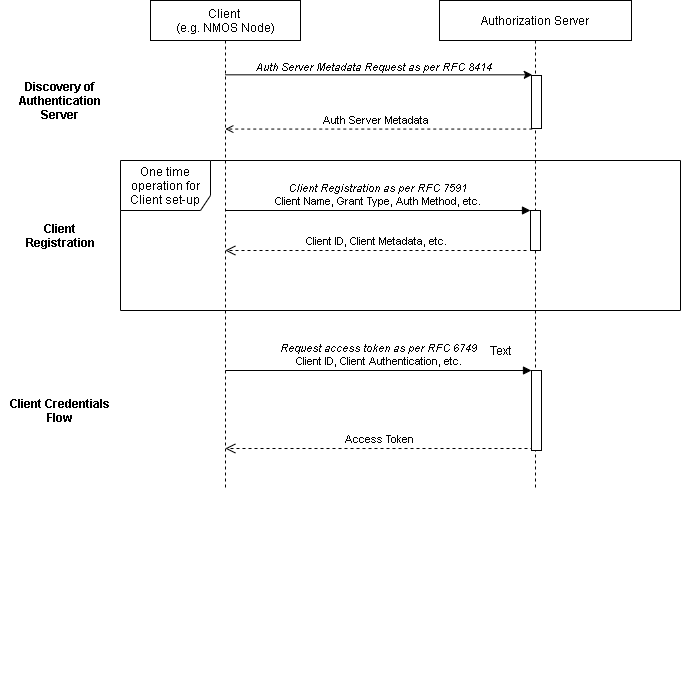
The draw.io diagram docs/images/client_credentials_flow.png in jonathan-r-thorpe/nmos-authorization-implementers-guide, before a commit. Source tidied: cells renumbered, new cells last; positions are measured from the earlier drawing's top-left corner, leaving out a move shared by most shapes.
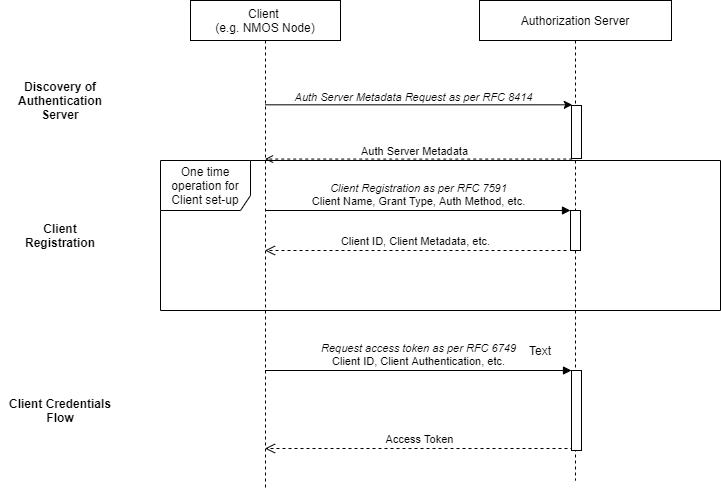
The same diagram one commit later.

What changed in the source:
```diff
@@ -6,7 +6,7 @@
       <mxGeometry x="120" y="160" width="560" height="150" as="geometry" />
     </mxCell>
     <mxCell id="3" value="Authorization Server" style="shape=umlLifeline;perimeter=lifelinePerimeter;whiteSpace=wrap;html=1;" parent="1" vertex="1">
-      <mxGeometry x="439" width="192" height="490" as="geometry" />
+      <mxGeometry x="439" width="192" height="480" as="geometry" />
     </mxCell>
     <mxCell id="4" value="&lt;i&gt;Client Registration as per RFC 7591&lt;br&gt;&lt;/i&gt;Client Name, Grant Type, Auth Method, etc." style="html=1;verticalAlign=bottom;endArrow=block;entryX=0;entryY=0;" parent="1" edge="1" source="15" target="8">
       <mxGeometry relative="1" as="geometry" />
@@ -30,7 +30,7 @@
     </mxCell>
     <mxCell id="10" style="endArrow=classic;html=1;" parent="1" edge="1" source="15">
       <mxGeometry relative="1" as="geometry">
-        <mxPoint x="531.8" y="74.3" as="targetPoint" />
+        <mxPoint x="531.8" y="104.3" as="targetPoint" />
       </mxGeometry>
     </mxCell>
     <mxCell id="11" value="&lt;i&gt;Auth Server Metadata Request as per RFC 8414&lt;/i&gt;" style="edgeLabel;html=1;align=center;verticalAlign=bottom;" parent="10" vertex="1">
@@ -40,7 +40,7 @@
     </mxCell>
     <mxCell id="12" style="endArrow=open;html=1;dashed=1;endFill=0;" parent="1" edge="1" target="15">
       <mxGeometry relative="1" as="geometry">
-        <mxPoint x="531.8" y="128.6" as="sourcePoint" />
+        <mxPoint x="531.8" y="158.6" as="sourcePoint" />
       </mxGeometry>
     </mxCell>
     <mxCell id="13" value="Auth Server Metadata" style="edgeLabel;html=1;align=center;verticalAlign=bottom;" parent="12" vertex="1">
@@ -48,26 +48,23 @@
         <mxPoint x="19.7" as="offset" />
       </mxGeometry>
     </mxCell>
-    <mxCell id="14" style="group;" parent="1" vertex="1">
-      <mxGeometry x="150" width="150" height="680" as="geometry" />
-    </mxCell>
-    <mxCell id="15" value="Client &lt;br&gt;(e.g. NMOS Node)" style="shape=umlLifeline;perimeter=lifelinePerimeter;whiteSpace=wrap;html=1;outlineConnect=0;" parent="14" vertex="1">
-      <mxGeometry width="150" height="490" as="geometry" />
-    </mxCell>
     <mxCell id="16" value="Text" style="text;html=1;strokeColor=none;fillColor=none;align=center;verticalAlign=middle;whiteSpace=wrap;rounded=0;" parent="1" vertex="1">
       <mxGeometry x="480" y="340" width="40" height="20" as="geometry" />
     </mxCell>
     <mxCell id="17" value="&lt;b&gt;Discovery of Authentication Server&lt;/b&gt;" style="text;html=1;strokeColor=none;fillColor=none;align=center;verticalAlign=middle;whiteSpace=wrap;rounded=0;" parent="1" vertex="1">
-      <mxGeometry y="70" width="120" height="60" as="geometry" />
+      <mxGeometry x="-40" y="70" width="120" height="60" as="geometry" />
     </mxCell>
     <mxCell id="18" value="&lt;b&gt;Client Registration&lt;/b&gt;" style="text;html=1;strokeColor=none;fillColor=none;align=center;verticalAlign=middle;whiteSpace=wrap;rounded=0;" parent="1" vertex="1">
-      <mxGeometry x="20" y="160" width="80" height="150" as="geometry" />
+      <mxGeometry x="-20" y="160" width="80" height="150" as="geometry" />
     </mxCell>
     <mxCell id="19" value="&lt;b&gt;Client Credentials Flow&lt;/b&gt;" style="text;html=1;strokeColor=none;fillColor=none;align=center;verticalAlign=middle;whiteSpace=wrap;rounded=0;" parent="1" vertex="1">
-      <mxGeometry y="370" width="120" height="80" as="geometry" />
+      <mxGeometry x="-40" y="370" width="120" height="80" as="geometry" />
     </mxCell>
+    <mxCell id="15" value="Client &lt;br&gt;(e.g. NMOS Node)" style="shape=umlLifeline;perimeter=lifelinePerimeter;whiteSpace=wrap;html=1;outlineConnect=0;" parent="1" vertex="1">
+      <mxGeometry x="150" width="150" height="490" as="geometry" />
+    </mxCell>
     <mxCell id="20" style="html=1;perimeter=orthogonalPerimeter;" parent="1" vertex="1">
-      <mxGeometry x="531" y="75" width="10" height="53" as="geometry" />
+      <mxGeometry x="531" y="105" width="10" height="53" as="geometry" />
     </mxCell>
   </root>
 </mxGraphModel>
```
